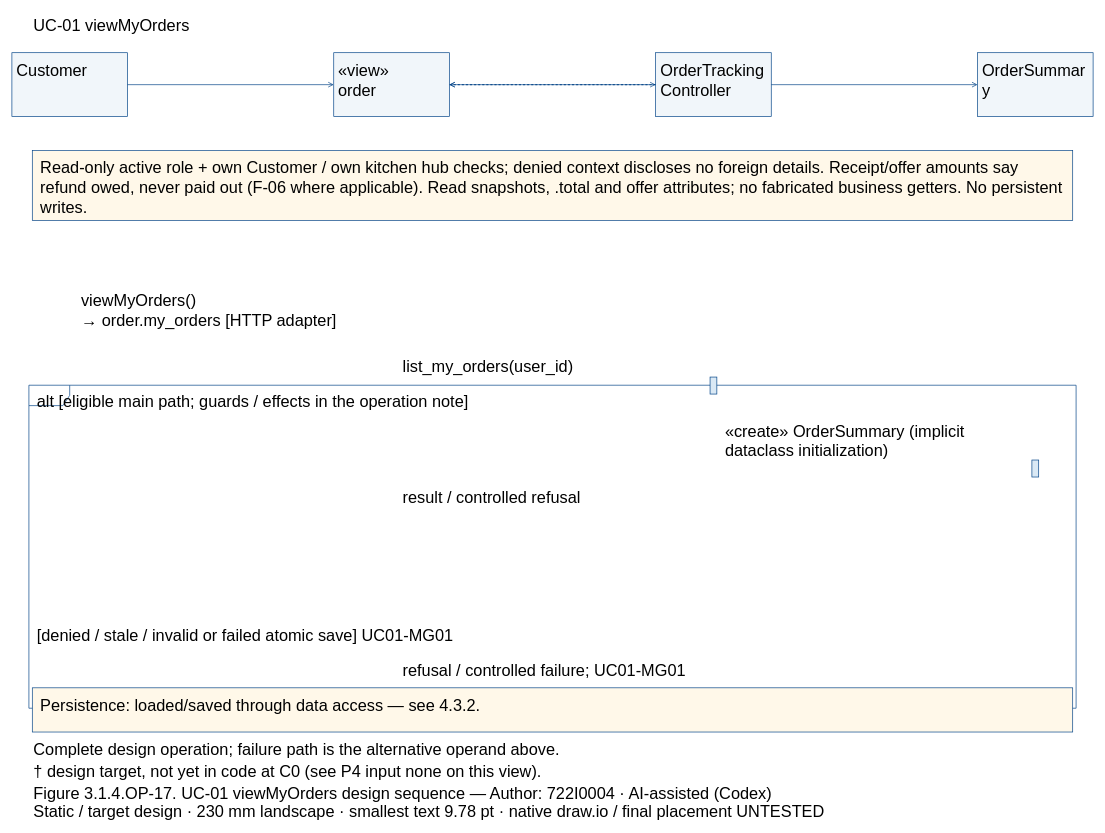
The draw.io diagram models/UC-01/seq_uc01_viewMyOrders.drawio in Dat071104/SaigonBite, before the edit. Source tidied: cells renumbered, new cells numbered last; positions are measured from the earlier drawing's top-left corner, leaving out a move shared by most shapes. Both pictures are drawn from the tidied source at 68%, with x=0, y=0 at pixel (12, 12).
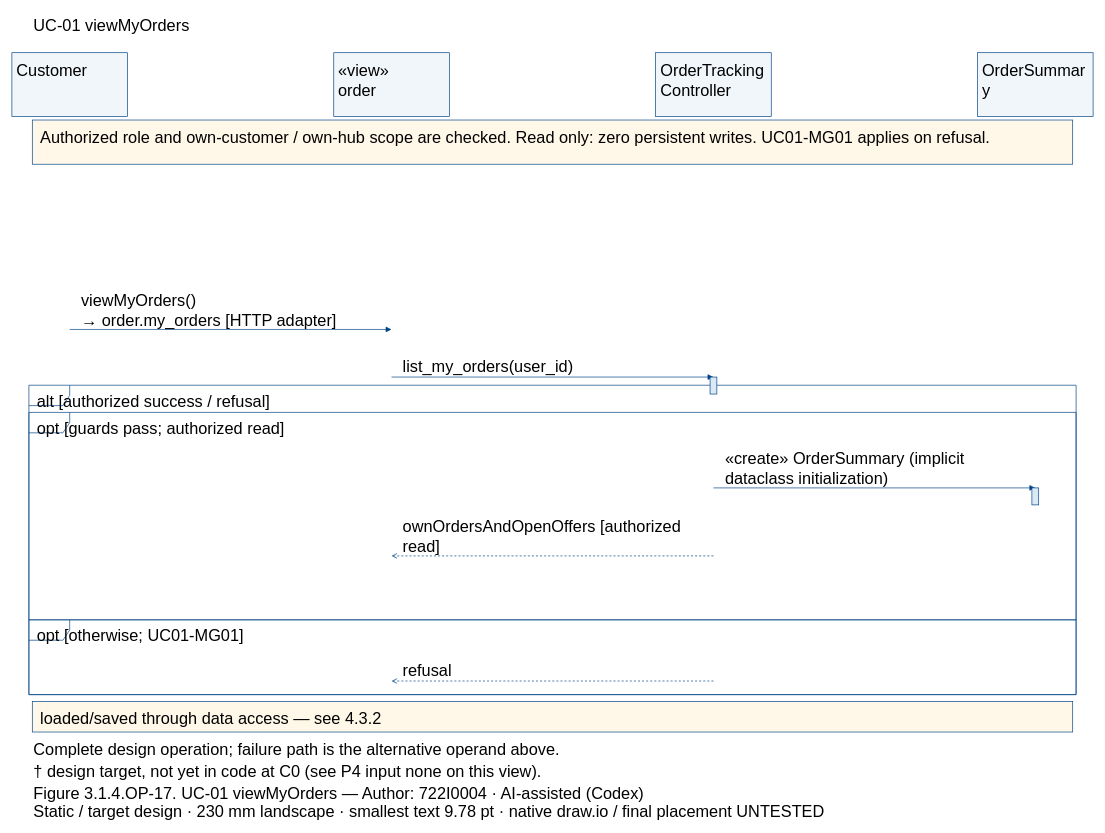
The same page after the edit.

Unchanged cells that the change refers to:
```xml
<mxCell id="3" style="fillColor=#F1F6FA;strokeColor=#004387;fontFamily=Arial;fontSize=24;whiteSpace=wrap;html=0;" parent="1" vertex="1">
  <mxGeometry y="60" width="170" height="94" as="geometry" />
</mxCell>
<mxCell id="5" style="fillColor=#F1F6FA;strokeColor=#004387;fontFamily=Arial;fontSize=24;whiteSpace=wrap;html=0;" parent="1" vertex="1">
  <mxGeometry x="473.3" y="60" width="170" height="94" as="geometry" />
</mxCell>
<mxCell id="7" style="fillColor=#F1F6FA;strokeColor=#004387;fontFamily=Arial;fontSize=24;whiteSpace=wrap;html=0;" parent="1" vertex="1">
  <mxGeometry x="946.7" y="60" width="170" height="94" as="geometry" />
</mxCell>
<mxCell id="9" style="fillColor=#F1F6FA;strokeColor=#004387;fontFamily=Arial;fontSize=24;whiteSpace=wrap;html=0;" parent="1" vertex="1">
  <mxGeometry x="1420" y="60" width="170" height="94" as="geometry" />
</mxCell>
```

What changed in the source:
```diff
@@
-    <mxCell id="11" style="fillColor=white;strokeColor=#004387;shape=umlFrame;fillColor=none;fontFamily=Arial;fontSize=24;whiteSpace=wrap;html=0;" parent="1" vertex="1">
-      <mxGeometry x="25" y="549" width="1540" height="475" as="geometry" />
-    </mxCell>
-    <mxCell id="12" value="alt [eligible main path; guards / effects in the operation note]" style="text;align=left;verticalAlign=top;strokeColor=none;fillColor=none;fontFamily=Arial;fontSize=24;whiteSpace=wrap;html=0;" parent="1" vertex="1">
-      <mxGeometry x="35" y="552" width="1520" height="27.6" as="geometry" />
-    </mxCell>
-    <mxCell id="13" value="[denied / stale / invalid or failed atomic save] UC01-MG01" style="text;align=left;verticalAlign=top;strokeColor=none;fillColor=none;fontFamily=Arial;fontSize=24;whiteSpace=wrap;html=0;" parent="1" vertex="1">
-      <mxGeometry x="35" y="897" width="1520" height="27.6" as="geometry" />
-    </mxCell>
-    <mxCell id="14" style="fillColor=#FFF8E9;strokeColor=#004387;fontFamily=Arial;fontSize=24;whiteSpace=wrap;html=0;" parent="1" vertex="1">
-      <mxGeometry x="30" y="204" width="1530" height="102.8" as="geometry" />
-    </mxCell>
-    <mxCell id="15" value="Read-only active role + own Customer / own kitchen hub checks; denied context discloses no foreign details. Receipt/offer amounts say&#10;refund owed, never paid out (F-06 where applicable). Read snapshots, .total and offer attributes; no fabricated business getters. No persistent&#10;writes." style="text;align=left;verticalAlign=top;strokeColor=none;fillColor=none;fontFamily=Arial;fontSize=24;whiteSpace=wrap;html=0;" parent="1" vertex="1">
-      <mxGeometry x="40" y="209" width="1510" height="82.8" as="geometry" />
-    </mxCell>
-    <mxCell id="16" style="fillColor=#FFF8E9;strokeColor=#004387;fontFamily=Arial;fontSize=24;whiteSpace=wrap;html=0;" parent="1" vertex="1">
-      <mxGeometry x="30" y="994" width="1530" height="65" as="geometry" />
-    </mxCell>
-    <mxCell id="17" value="Persistence: loaded/saved through data access — see 4.3.2." style="text;align=left;verticalAlign=top;strokeColor=none;fillColor=none;fontFamily=Arial;fontSize=24;whiteSpace=wrap;html=0;" parent="1" vertex="1">
-      <mxGeometry x="40" y="999" width="1510" height="27.6" as="geometry" />
-    </mxCell>
-    <mxCell id="18" style="edgeStyle=none;endArrow=open;strokeColor=#004387;" parent="1" edge="1" source="3" target="5">
-      <mxGeometry relative="1" as="geometry" />
-    </mxCell>
+    <mxCell id="34" style="fillColor=white;strokeColor=#004387;shape=umlFrame;fillColor=none;fontFamily=Arial;fontSize=24;whiteSpace=wrap;html=0;" parent="1" vertex="1">
+      <mxGeometry x="25" y="549" width="1540" height="455" as="geometry" />
+    </mxCell>
+    <mxCell id="35" value="alt [authorized success / refusal]" style="text;align=left;verticalAlign=top;strokeColor=none;fillColor=none;fontFamily=Arial;fontSize=24;whiteSpace=wrap;html=0;" parent="1" vertex="1">
+      <mxGeometry x="35" y="552" width="1520" height="27.6" as="geometry" />
+    </mxCell>
+    <mxCell id="36" style="fillColor=white;strokeColor=#004387;shape=umlFrame;fillColor=none;fontFamily=Arial;fontSize=24;whiteSpace=wrap;html=0;" parent="1" vertex="1">
+      <mxGeometry x="25" y="589" width="1540" height="305" as="geometry" />
+    </mxCell>
+    <mxCell id="37" value="opt [guards pass; authorized read]" style="text;align=left;verticalAlign=top;strokeColor=none;fillColor=none;fontFamily=Arial;fontSize=24;whiteSpace=wrap;html=0;" parent="1" vertex="1">
+      <mxGeometry x="35" y="592" width="1520" height="27.6" as="geometry" />
+    </mxCell>
+    <mxCell id="38" style="fillColor=white;strokeColor=#004387;shape=umlFrame;fillColor=none;fontFamily=Arial;fontSize=24;whiteSpace=wrap;html=0;" parent="1" vertex="1">
+      <mxGeometry x="25" y="894" width="1540" height="110" as="geometry" />
+    </mxCell>
+    <mxCell id="39" value="opt [otherwise; UC01-MG01]" style="text;align=left;verticalAlign=top;strokeColor=none;fillColor=none;fontFamily=Arial;fontSize=24;whiteSpace=wrap;html=0;" parent="1" vertex="1">
+      <mxGeometry x="35" y="897" width="1520" height="27.6" as="geometry" />
+    </mxCell>
+    <mxCell id="40" style="fillColor=#FFF8E9;strokeColor=#004387;fontFamily=Arial;fontSize=24;whiteSpace=wrap;html=0;" parent="1" vertex="1">
+      <mxGeometry x="30" y="159" width="1530" height="65" as="geometry" />
+    </mxCell>
+    <mxCell id="41" value="Authorized role and own-customer / own-hub scope are checked. Read only: zero persistent writes. UC01-MG01 applies on refusal." style="text;align=left;verticalAlign=top;strokeColor=none;fillColor=none;fontFamily=Arial;fontSize=24;whiteSpace=wrap;html=0;" parent="1" vertex="1">
+      <mxGeometry x="40" y="164" width="1510" height="27.6" as="geometry" />
+    </mxCell>
+    <mxCell id="42" style="fillColor=#FFF8E9;strokeColor=#004387;fontFamily=Arial;fontSize=24;whiteSpace=wrap;html=0;" parent="1" vertex="1">
+      <mxGeometry x="30" y="1014" width="1530" height="45" as="geometry" />
+    </mxCell>
+    <mxCell id="43" value="loaded/saved through data access — see 4.3.2" style="text;align=left;verticalAlign=top;strokeColor=none;fillColor=none;fontFamily=Arial;fontSize=24;whiteSpace=wrap;html=0;" parent="1" vertex="1">
+      <mxGeometry x="40" y="1019" width="1510" height="27.6" as="geometry" />
+    </mxCell>
+    <mxCell id="44" style="opacity=0;strokeColor=none;fillColor=none;fontFamily=Arial;fontSize=24;whiteSpace=wrap;html=0;" parent="1" vertex="1">
+      <mxGeometry x="84.5" y="466.5" width="1" height="1" as="geometry" />
+    </mxCell>
+    <mxCell id="45" style="opacity=0;strokeColor=none;fillColor=none;fontFamily=Arial;fontSize=24;whiteSpace=wrap;html=0;" parent="1" vertex="1">
+      <mxGeometry x="557.8" y="466.5" width="1" height="1" as="geometry" />
+    </mxCell>
+    <mxCell id="46" style="edgeStyle=none;endArrow=block;endFill=1;strokeColor=#004387;exitX=0.5;exitY=0.5;exitPerimeter=0;entryX=0.5;entryY=0.5;entryPerimeter=0;" parent="1" edge="1" source="44" target="45">
+      <mxGeometry relative="1" as="geometry" />
+    </mxCell>
@@
-    <mxCell id="20" style="edgeStyle=none;endArrow=open;strokeColor=#004387;" parent="1" edge="1" source="5" target="7">
-      <mxGeometry relative="1" as="geometry" />
-    </mxCell>
+    <mxCell id="47" style="opacity=0;strokeColor=none;fillColor=none;fontFamily=Arial;fontSize=24;whiteSpace=wrap;html=0;" parent="1" vertex="1">
+      <mxGeometry x="557.8" y="536.5" width="1" height="1" as="geometry" />
+    </mxCell>
+    <mxCell id="48" style="opacity=0;strokeColor=none;fillColor=none;fontFamily=Arial;fontSize=24;whiteSpace=wrap;html=0;" parent="1" vertex="1">
+      <mxGeometry x="1031.2" y="536.5" width="1" height="1" as="geometry" />
+    </mxCell>
+    <mxCell id="49" style="edgeStyle=none;endArrow=block;endFill=1;strokeColor=#004387;exitX=0.5;exitY=0.5;exitPerimeter=0;entryX=0.5;entryY=0.5;entryPerimeter=0;" parent="1" edge="1" source="47" target="48">
+      <mxGeometry relative="1" as="geometry" />
+    </mxCell>
@@
-    <mxCell id="22" style="fillColor=#DAE9F5;strokeColor=#004387;fontFamily=Arial;fontSize=24;whiteSpace=wrap;html=0;" parent="1" vertex="1">
-      <mxGeometry x="1026.7" y="537" width="10" height="25" as="geometry" />
-    </mxCell>
-    <mxCell id="23" style="edgeStyle=none;endArrow=open;strokeColor=#004387;" parent="1" edge="1" source="7" target="9">
-      <mxGeometry relative="1" as="geometry" />
-    </mxCell>
+    <mxCell id="25" style="fillColor=#DAE9F5;strokeColor=#004387;fontFamily=Arial;fontSize=24;whiteSpace=wrap;html=0;" parent="1" vertex="1">
+      <mxGeometry x="1026.7" y="537" width="10" height="25" as="geometry" />
+    </mxCell>
+    <mxCell id="50" style="opacity=0;strokeColor=none;fillColor=none;fontFamily=Arial;fontSize=24;whiteSpace=wrap;html=0;" parent="1" vertex="1">
+      <mxGeometry x="1031.2" y="699.5" width="1" height="1" as="geometry" />
+    </mxCell>
+    <mxCell id="51" style="opacity=0;strokeColor=none;fillColor=none;fontFamily=Arial;fontSize=24;whiteSpace=wrap;html=0;" parent="1" vertex="1">
+      <mxGeometry x="1504.5" y="699.5" width="1" height="1" as="geometry" />
+    </mxCell>
+    <mxCell id="52" style="edgeStyle=none;endArrow=block;endFill=1;strokeColor=#004387;exitX=0.5;exitY=0.5;exitPerimeter=0;entryX=0.5;entryY=0.5;entryPerimeter=0;" parent="1" edge="1" source="50" target="51">
+      <mxGeometry relative="1" as="geometry" />
+    </mxCell>
     <mxCell id="24" value="«create» OrderSummary (implicit&#10;dataclass initialization)" style="text;align=left;verticalAlign=top;strokeColor=none;fillColor=none;fontFamily=Arial;fontSize=24;whiteSpace=wrap;html=0;" parent="1" vertex="1">
-      <mxGeometry x="1046.7" y="595.8" width="443.3" height="55.2" as="geometry" />
+      <mxGeometry x="1046.7" y="636.8" width="443.3" height="55.2" as="geometry" />
     </mxCell>
-    <mxCell id="25" style="fillColor=#DAE9F5;strokeColor=#004387;fontFamily=Arial;fontSize=24;whiteSpace=wrap;html=0;" parent="1" vertex="1">
-      <mxGeometry x="1500" y="659" width="10" height="25" as="geometry" />
-    </mxCell>
-    <mxCell id="26" style="edgeStyle=none;endArrow=open;dashed=1;strokeColor=#004387;" parent="1" edge="1" source="7" target="5">
-      <mxGeometry relative="1" as="geometry" />
-    </mxCell>
-    <mxCell id="27" value="result / controlled refusal" style="text;align=left;verticalAlign=top;strokeColor=none;fillColor=none;fontFamily=Arial;fontSize=24;whiteSpace=wrap;html=0;" parent="1" vertex="1">
-      <mxGeometry x="573.3" y="693.4" width="443.3" height="27.6" as="geometry" />
-    </mxCell>
-    <mxCell id="28" style="edgeStyle=none;endArrow=open;dashed=1;strokeColor=#004387;" parent="1" edge="1" source="7" target="5">
-      <mxGeometry relative="1" as="geometry" />
-    </mxCell>
-    <mxCell id="29" value="refusal / controlled failure; UC01-MG01" style="text;align=left;verticalAlign=top;strokeColor=none;fillColor=none;fontFamily=Arial;fontSize=24;whiteSpace=wrap;html=0;" parent="1" vertex="1">
-      <mxGeometry x="573.3" y="948.4" width="443.3" height="27.6" as="geometry" />
-    </mxCell>
-    <mxCell id="30" value="Complete design operation; failure path is the alternative operand above." style="text;align=left;verticalAlign=top;strokeColor=none;fillColor=none;fontFamily=Arial;fontSize=24;whiteSpace=wrap;html=0;" parent="1" vertex="1">
-      <mxGeometry x="30" y="1064" width="1530" height="27.6" as="geometry" />
-    </mxCell>
+    <mxCell id="53" style="fillColor=#DAE9F5;strokeColor=#004387;fontFamily=Arial;fontSize=24;whiteSpace=wrap;html=0;" parent="1" vertex="1">
+      <mxGeometry x="1500" y="700" width="10" height="25" as="geometry" />
+    </mxCell>
+    <mxCell id="54" style="opacity=0;strokeColor=none;fillColor=none;fontFamily=Arial;fontSize=24;whiteSpace=wrap;html=0;" parent="1" vertex="1">
+      <mxGeometry x="1031.2" y="799.5" width="1" height="1" as="geometry" />
+    </mxCell>
+    <mxCell id="55" style="opacity=0;strokeColor=none;fillColor=none;fontFamily=Arial;fontSize=24;whiteSpace=wrap;html=0;" parent="1" vertex="1">
+      <mxGeometry x="557.8" y="799.5" width="1" height="1" as="geometry" />
+    </mxCell>
+    <mxCell id="56" style="edgeStyle=none;endArrow=open;endFill=0;dashed=1;strokeColor=#004387;exitX=0.5;exitY=0.5;exitPerimeter=0;entryX=0.5;entryY=0.5;entryPerimeter=0;" parent="1" edge="1" source="54" target="55">
+      <mxGeometry relative="1" as="geometry" />
+    </mxCell>
+    <mxCell id="57" value="ownOrdersAndOpenOffers [authorized&#10;read]" style="text;align=left;verticalAlign=top;strokeColor=none;fillColor=none;fontFamily=Arial;fontSize=24;whiteSpace=wrap;html=0;" parent="1" vertex="1">
+      <mxGeometry x="573.3" y="736.8" width="443.3" height="55.2" as="geometry" />
+    </mxCell>
+    <mxCell id="58" style="opacity=0;strokeColor=none;fillColor=none;fontFamily=Arial;fontSize=24;whiteSpace=wrap;html=0;" parent="1" vertex="1">
+      <mxGeometry x="1031.2" y="983.5" width="1" height="1" as="geometry" />
+    </mxCell>
+    <mxCell id="59" style="opacity=0;strokeColor=none;fillColor=none;fontFamily=Arial;fontSize=24;whiteSpace=wrap;html=0;" parent="1" vertex="1">
+      <mxGeometry x="557.8" y="983.5" width="1" height="1" as="geometry" />
+    </mxCell>
+    <mxCell id="60" style="edgeStyle=none;endArrow=open;endFill=0;dashed=1;strokeColor=#004387;exitX=0.5;exitY=0.5;exitPerimeter=0;entryX=0.5;entryY=0.5;entryPerimeter=0;" parent="1" edge="1" source="58" target="59">
+      <mxGeometry relative="1" as="geometry" />
+    </mxCell>
+    <mxCell id="61" value="refusal" style="text;align=left;verticalAlign=top;strokeColor=none;fillColor=none;fontFamily=Arial;fontSize=24;whiteSpace=wrap;html=0;" parent="1" vertex="1">
+      <mxGeometry x="573.3" y="948.4" width="443.3" height="27.6" as="geometry" />
+    </mxCell>
+    <mxCell id="33" value="Complete design operation; failure path is the alternative operand above." style="text;align=left;verticalAlign=top;strokeColor=none;fillColor=none;fontFamily=Arial;fontSize=24;whiteSpace=wrap;html=0;" parent="1" vertex="1">
+      <mxGeometry x="30" y="1064" width="1530" height="27.6" as="geometry" />
+    </mxCell>
@@
-    <mxCell id="32" value="Figure 3.1.4.OP-17. UC-01 viewMyOrders design sequence — Author: 722I0004 · AI-assisted (Codex)" style="text;align=left;verticalAlign=top;strokeColor=none;fillColor=none;fontFamily=Arial;fontSize=24;whiteSpace=wrap;html=0;" parent="1" vertex="1">
-      <mxGeometry x="30" y="1129" width="1530" height="27.6" as="geometry" />
-    </mxCell>
-    <mxCell id="33" value="Static / target design · 230 mm landscape · smallest text 9.78 pt · native draw.io / final placement UNTESTED" style="text;align=left;verticalAlign=top;strokeColor=none;fillColor=none;fontFamily=Arial;fontSize=24;whiteSpace=wrap;html=0;" parent="1" vertex="1">
-      <mxGeometry x="30" y="1155" width="1530" height="27.6" as="geometry" />
-    </mxCell>
+    <mxCell id="62" value="Figure 3.1.4.OP-17. UC-01 viewMyOrders — Author: 722I0004 · AI-assisted (Codex)" style="text;align=left;verticalAlign=top;strokeColor=none;fillColor=none;fontFamily=Arial;fontSize=24;whiteSpace=wrap;html=0;" parent="1" vertex="1">
+      <mxGeometry x="30" y="1129" width="1530" height="27.6" as="geometry" />
+    </mxCell>
+    <mxCell id="63" value="Static / target design · 230 mm landscape · smallest text 9.78 pt · native draw.io / final placement UNTESTED" style="text;align=left;verticalAlign=top;strokeColor=none;fillColor=none;fontFamily=Arial;fontSize=24;whiteSpace=wrap;html=0;" parent="1" vertex="1">
+      <mxGeometry x="30" y="1155" width="1530" height="27.6" as="geometry" />
+    </mxCell>
```
